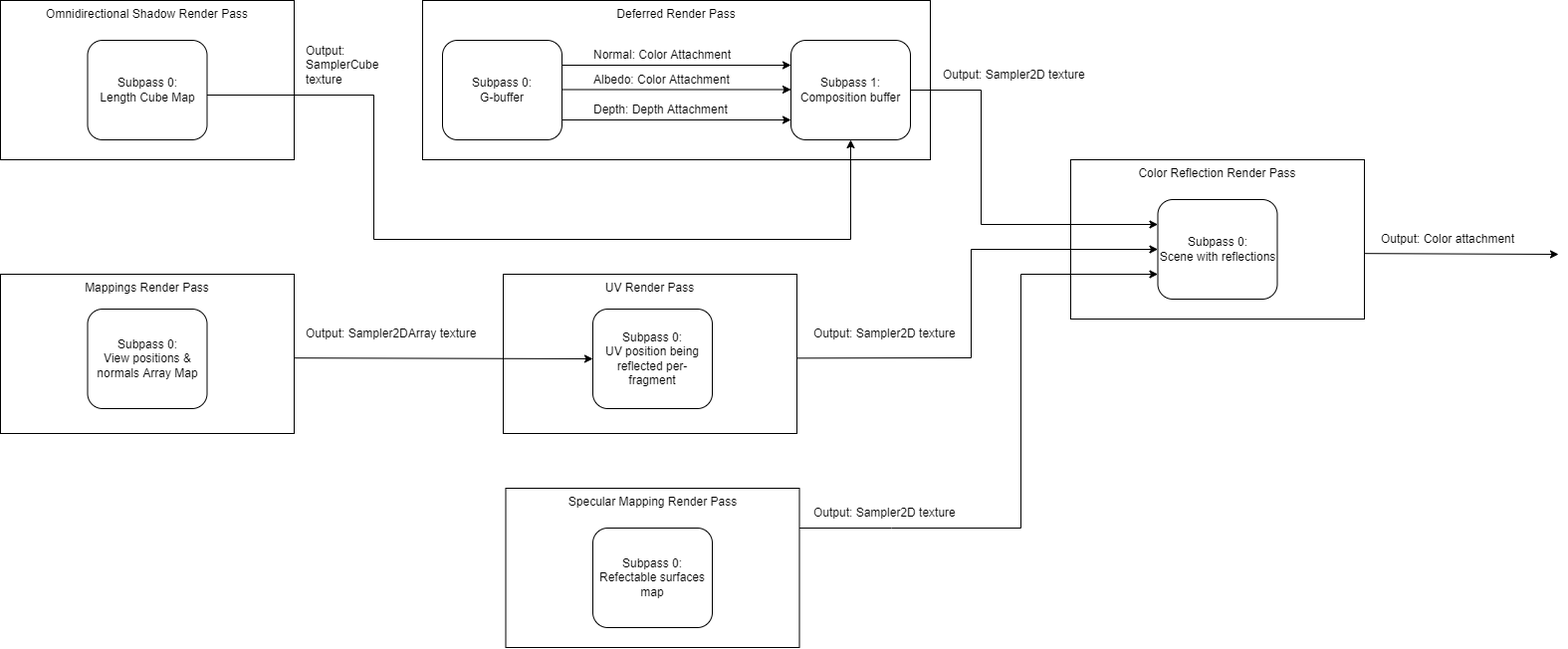
The draw.io diagram screen_space_refl_design.png in smil3yZzZ/vulkan3d, before a commit. Source tidied: cells renumbered, new cells last; positions are measured from the earlier drawing's top-left corner, leaving out a move shared by most shapes. Its diagram source:
```xml
<mxGraphModel>
  <root>
    <mxCell id="0" />
    <mxCell id="1" parent="0" />
    <mxCell id="2" value="Color Reflection Render Pass" style="rounded=0;whiteSpace=wrap;html=1;labelPosition=center;verticalLabelPosition=middle;align=center;verticalAlign=top;" parent="1" vertex="1">
      <mxGeometry x="1075" y="160" width="295" height="160" as="geometry" />
    </mxCell>
    <mxCell id="3" value="UV Render Pass" style="rounded=0;whiteSpace=wrap;html=1;labelPosition=center;verticalLabelPosition=middle;align=center;verticalAlign=top;" parent="1" vertex="1">
      <mxGeometry x="505" y="275" width="295" height="160" as="geometry" />
    </mxCell>
    <mxCell id="4" value="Deferred Render Pass&lt;br&gt;" style="rounded=0;whiteSpace=wrap;html=1;labelPosition=center;verticalLabelPosition=middle;align=center;verticalAlign=top;" parent="1" vertex="1">
      <mxGeometry x="424" width="510" height="160" as="geometry" />
    </mxCell>
    <mxCell id="5" style="edgeStyle=orthogonalEdgeStyle;rounded=0;jettySize=auto;html=1;exitX=1;exitY=0.25;exitDx=0;exitDy=0;entryX=0;entryY=0.25;entryDx=0;entryDy=0;" parent="1" edge="1" source="6" target="7">
      <mxGeometry relative="1" as="geometry" />
    </mxCell>
    <mxCell id="6" value="Subpass 0:&lt;br&gt;G-buffer" style="rounded=1;whiteSpace=wrap;html=1;verticalAlign=middle;" parent="1" vertex="1">
      <mxGeometry x="444" y="40" width="120" height="100" as="geometry" />
    </mxCell>
    <mxCell id="7" value="Subpass 1:&lt;br&gt;Composition buffer" style="rounded=1;whiteSpace=wrap;html=1;verticalAlign=middle;" parent="1" vertex="1">
      <mxGeometry x="794" y="40" width="120" height="100" as="geometry" />
    </mxCell>
    <mxCell id="8" style="endArrow=classic;html=1;rounded=0;exitX=1;exitY=0.5;exitDx=0;exitDy=0;entryX=0;entryY=0.25;entryDx=0;entryDy=0;" parent="1" edge="1" source="7" target="27">
      <mxGeometry relative="1" as="geometry">
        <Array as="points">
          <mxPoint x="985" y="90" />
          <mxPoint x="985" y="225" />
        </Array>
      </mxGeometry>
    </mxCell>
    <mxCell id="9" value="Output: Sampler2D texture" style="text;html=1;strokeColor=none;fillColor=none;align=left;verticalAlign=middle;whiteSpace=wrap;rounded=0;" parent="1" vertex="1">
      <mxGeometry x="945" y="60" width="148" height="30" as="geometry" />
    </mxCell>
    <mxCell id="10" style="endArrow=classic;html=1;rounded=0;entryX=0;entryY=0.25;entryDx=0;entryDy=0;exitX=1;exitY=0.25;exitDx=0;exitDy=0;" parent="1" edge="1">
      <mxGeometry relative="1" as="geometry">
        <mxPoint x="564" y="89.5" as="sourcePoint" />
        <mxPoint x="794" y="89.5" as="targetPoint" />
      </mxGeometry>
    </mxCell>
    <mxCell id="11" style="endArrow=classic;html=1;rounded=0;entryX=0;entryY=0.25;entryDx=0;entryDy=0;exitX=1;exitY=0.25;exitDx=0;exitDy=0;" parent="1" edge="1">
      <mxGeometry relative="1" as="geometry">
        <mxPoint x="564" y="120" as="sourcePoint" />
        <mxPoint x="794" y="120" as="targetPoint" />
      </mxGeometry>
    </mxCell>
    <mxCell id="12" value="Normal: Color Attachment" style="text;html=1;strokeColor=none;fillColor=none;align=left;verticalAlign=middle;whiteSpace=wrap;rounded=0;" parent="1" vertex="1">
      <mxGeometry x="594" y="40" width="150" height="30" as="geometry" />
    </mxCell>
    <mxCell id="13" value="Albedo: Color Attachment" style="text;html=1;strokeColor=none;fillColor=none;align=left;verticalAlign=middle;whiteSpace=wrap;rounded=0;" parent="1" vertex="1">
      <mxGeometry x="594" y="65" width="150" height="30" as="geometry" />
    </mxCell>
    <mxCell id="14" value="Depth: Depth Attachment" style="text;html=1;strokeColor=none;fillColor=none;align=left;verticalAlign=middle;whiteSpace=wrap;rounded=0;" parent="1" vertex="1">
      <mxGeometry x="594" y="95" width="150" height="30" as="geometry" />
    </mxCell>
    <mxCell id="15" value="Omnidirectional Shadow Render Pass" style="rounded=0;whiteSpace=wrap;html=1;labelPosition=center;verticalLabelPosition=middle;align=center;verticalAlign=top;" parent="1" vertex="1">
      <mxGeometry width="295" height="160" as="geometry" />
    </mxCell>
    <mxCell id="16" value="Subpass 0:&lt;br&gt;Length Cube Map" style="rounded=1;whiteSpace=wrap;html=1;verticalAlign=middle;" parent="1" vertex="1">
      <mxGeometry x="87.5" y="40" width="120" height="100" as="geometry" />
    </mxCell>
    <mxCell id="17" value="Output: &lt;br&gt;SamplerCube texture" style="text;html=1;strokeColor=none;fillColor=none;align=left;verticalAlign=middle;whiteSpace=wrap;rounded=0;" parent="1" vertex="1">
      <mxGeometry x="305" y="50" width="110" height="30" as="geometry" />
    </mxCell>
    <mxCell id="18" style="endArrow=classic;html=1;rounded=0;entryX=0.5;entryY=1;entryDx=0;entryDy=0;" parent="1" edge="1" target="7">
      <mxGeometry relative="1" as="geometry">
        <mxPoint x="207.5" y="95" as="sourcePoint" />
        <Array as="points">
          <mxPoint x="375" y="95" />
          <mxPoint x="375" y="240" />
          <mxPoint x="854" y="240" />
        </Array>
      </mxGeometry>
    </mxCell>
    <mxCell id="19" value="Mappings Render Pass" style="rounded=0;whiteSpace=wrap;html=1;labelPosition=center;verticalLabelPosition=middle;align=center;verticalAlign=top;" parent="1" vertex="1">
      <mxGeometry y="275" width="295" height="160" as="geometry" />
    </mxCell>
    <mxCell id="20" value="Subpass 0:&lt;br&gt;View positions &amp;amp; normals Array Map" style="rounded=1;whiteSpace=wrap;html=1;verticalAlign=middle;" parent="1" vertex="1">
      <mxGeometry x="87.5" y="310" width="120" height="100" as="geometry" />
    </mxCell>
    <mxCell id="21" value="Output: Sampler2DArray texture" style="text;html=1;strokeColor=none;fillColor=none;align=left;verticalAlign=middle;whiteSpace=wrap;rounded=0;" parent="1" vertex="1">
      <mxGeometry x="305" y="320" width="180" height="30" as="geometry" />
    </mxCell>
    <mxCell id="22" style="endArrow=classic;html=1;rounded=0;exitX=1;exitY=0.5;exitDx=0;exitDy=0;entryX=0;entryY=0.5;entryDx=0;entryDy=0;" parent="1" edge="1" target="25">
      <mxGeometry relative="1" as="geometry">
        <mxPoint x="295" y="359.2" as="sourcePoint" />
      </mxGeometry>
    </mxCell>
    <mxCell id="23" style="endArrow=classic;html=1;rounded=0;exitX=1;exitY=0.5;exitDx=0;exitDy=0;entryX=0;entryY=0.5;entryDx=0;entryDy=0;" parent="1" edge="1" target="27">
      <mxGeometry relative="1" as="geometry">
        <mxPoint x="800" y="359.3" as="sourcePoint" />
        <Array as="points">
          <mxPoint x="975" y="359" />
          <mxPoint x="975" y="250" />
        </Array>
      </mxGeometry>
    </mxCell>
    <mxCell id="24" value="Output: Sampler2D texture" style="text;html=1;strokeColor=none;fillColor=none;align=left;verticalAlign=middle;whiteSpace=wrap;rounded=0;" parent="1" vertex="1">
      <mxGeometry x="815" y="320" width="180" height="30" as="geometry" />
    </mxCell>
    <mxCell id="25" value="Subpass 0:&lt;br&gt;UV position being reflected per-fragment" style="rounded=1;whiteSpace=wrap;html=1;verticalAlign=middle;" parent="1" vertex="1">
      <mxGeometry x="595" y="310" width="120" height="100" as="geometry" />
    </mxCell>
    <mxCell id="26" value="Specular Mapping Render Pass" style="rounded=0;whiteSpace=wrap;html=1;labelPosition=center;verticalLabelPosition=middle;align=center;verticalAlign=top;" parent="1" vertex="1">
      <mxGeometry x="507.5" y="490" width="295" height="160" as="geometry" />
    </mxCell>
    <mxCell id="27" value="Subpass 0:&lt;br&gt;Scene with reflections" style="rounded=1;whiteSpace=wrap;html=1;verticalAlign=middle;" parent="1" vertex="1">
      <mxGeometry x="1162.5" y="200" width="120" height="100" as="geometry" />
    </mxCell>
    <mxCell id="28" value="Subpass 0:&lt;br&gt;Refectable surfaces map" style="rounded=1;whiteSpace=wrap;html=1;verticalAlign=middle;" parent="1" vertex="1">
      <mxGeometry x="595" y="530" width="120" height="100" as="geometry" />
    </mxCell>
    <mxCell id="29" style="endArrow=classic;html=1;rounded=0;exitX=1;exitY=0.25;exitDx=0;exitDy=0;entryX=0;entryY=0.75;entryDx=0;entryDy=0;" parent="1" edge="1" source="26" target="27">
      <mxGeometry relative="1" as="geometry">
        <Array as="points">
          <mxPoint x="895" y="530" />
          <mxPoint x="1025" y="530" />
          <mxPoint x="1025" y="275" />
        </Array>
      </mxGeometry>
    </mxCell>
    <mxCell id="30" value="Output: Color attachment" style="text;html=1;strokeColor=none;fillColor=none;align=left;verticalAlign=middle;whiteSpace=wrap;rounded=0;" parent="1" vertex="1">
      <mxGeometry x="1385" y="225" width="148" height="30" as="geometry" />
    </mxCell>
    <mxCell id="31" style="endArrow=classic;html=1;rounded=0;exitX=1;exitY=0.5;exitDx=0;exitDy=0;" parent="1" edge="1">
      <mxGeometry relative="1" as="geometry">
        <mxPoint x="1370" y="254.2" as="sourcePoint" />
        <mxPoint x="1565" y="255" as="targetPoint" />
      </mxGeometry>
    </mxCell>
    <mxCell id="32" value="Output: Sampler2D texture" style="text;html=1;strokeColor=none;fillColor=none;align=left;verticalAlign=middle;whiteSpace=wrap;rounded=0;" parent="1" vertex="1">
      <mxGeometry x="815" y="500" width="180" height="30" as="geometry" />
    </mxCell>
  </root>
</mxGraphModel>
```
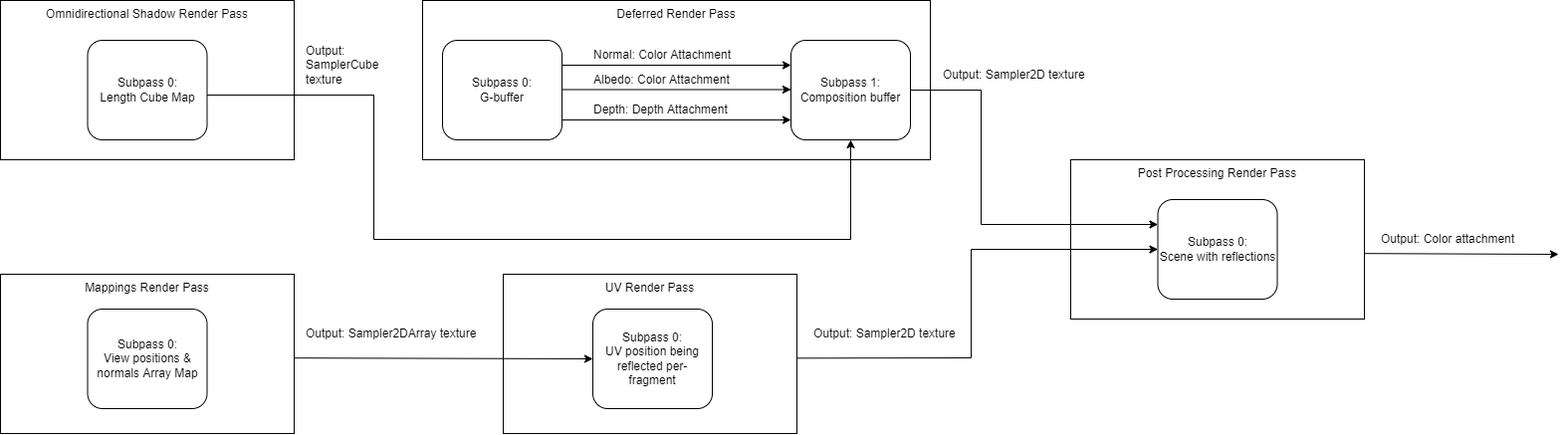
The same file after the commit.

The edit, as a diff of the source:
```diff
@@ -2,7 +2,7 @@
   <root>
     <mxCell id="0" />
     <mxCell id="1" parent="0" />
-    <mxCell id="2" value="Color Reflection Render Pass" style="rounded=0;whiteSpace=wrap;html=1;labelPosition=center;verticalLabelPosition=middle;align=center;verticalAlign=top;" parent="1" vertex="1">
+    <mxCell id="2" value="Post Processing Render Pass" style="rounded=0;whiteSpace=wrap;html=1;labelPosition=center;verticalLabelPosition=middle;align=center;verticalAlign=top;" parent="1" vertex="1">
       <mxGeometry x="1075" y="160" width="295" height="160" as="geometry" />
     </mxCell>
     <mxCell id="3" value="UV Render Pass" style="rounded=0;whiteSpace=wrap;html=1;labelPosition=center;verticalLabelPosition=middle;align=center;verticalAlign=top;" parent="1" vertex="1">
@@ -100,24 +100,9 @@
     <mxCell id="25" value="Subpass 0:&lt;br&gt;UV position being reflected per-fragment" style="rounded=1;whiteSpace=wrap;html=1;verticalAlign=middle;" parent="1" vertex="1">
       <mxGeometry x="595" y="310" width="120" height="100" as="geometry" />
     </mxCell>
-    <mxCell id="26" value="Specular Mapping Render Pass" style="rounded=0;whiteSpace=wrap;html=1;labelPosition=center;verticalLabelPosition=middle;align=center;verticalAlign=top;" parent="1" vertex="1">
-      <mxGeometry x="507.5" y="490" width="295" height="160" as="geometry" />
-    </mxCell>
     <mxCell id="27" value="Subpass 0:&lt;br&gt;Scene with reflections" style="rounded=1;whiteSpace=wrap;html=1;verticalAlign=middle;" parent="1" vertex="1">
       <mxGeometry x="1162.5" y="200" width="120" height="100" as="geometry" />
     </mxCell>
-    <mxCell id="28" value="Subpass 0:&lt;br&gt;Refectable surfaces map" style="rounded=1;whiteSpace=wrap;html=1;verticalAlign=middle;" parent="1" vertex="1">
-      <mxGeometry x="595" y="530" width="120" height="100" as="geometry" />
-    </mxCell>
-    <mxCell id="29" style="endArrow=classic;html=1;rounded=0;exitX=1;exitY=0.25;exitDx=0;exitDy=0;entryX=0;entryY=0.75;entryDx=0;entryDy=0;" parent="1" edge="1" source="26" target="27">
-      <mxGeometry relative="1" as="geometry">
-        <Array as="points">
-          <mxPoint x="895" y="530" />
-          <mxPoint x="1025" y="530" />
-          <mxPoint x="1025" y="275" />
-        </Array>
-      </mxGeometry>
-    </mxCell>
     <mxCell id="30" value="Output: Color attachment" style="text;html=1;strokeColor=none;fillColor=none;align=left;verticalAlign=middle;whiteSpace=wrap;rounded=0;" parent="1" vertex="1">
       <mxGeometry x="1385" y="225" width="148" height="30" as="geometry" />
     </mxCell>
@@ -127,8 +112,5 @@
         <mxPoint x="1565" y="255" as="targetPoint" />
       </mxGeometry>
     </mxCell>
-    <mxCell id="32" value="Output: Sampler2D texture" style="text;html=1;strokeColor=none;fillColor=none;align=left;verticalAlign=middle;whiteSpace=wrap;rounded=0;" parent="1" vertex="1">
-      <mxGeometry x="815" y="500" width="180" height="30" as="geometry" />
-    </mxCell>
   </root>
 </mxGraphModel>
```
